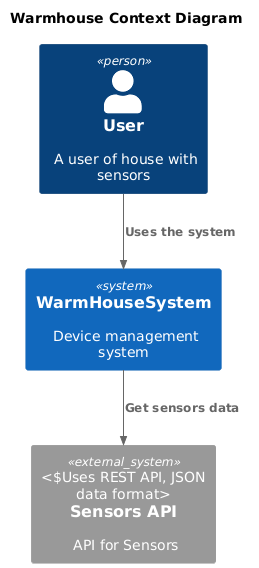
Before: apps/diagrams/context/Warmhouse_Context.png, a diagram exported from PlantUML (Rinya/architecture_wh). Source of this version:
```plantuml
@startuml
title Warmhouse Context Diagram

top to bottom direction

!includeurl https://raw.githubusercontent.com/adrianvlupu/C4-PlantUML/refs/heads/latest/C4_Context.puml

Person(user, "User", "A user of house with sensors")
System(warmHouseSystem, "WarmHouseSystem", "Device management system")

System_Ext(sensors, "Sensors API", "API for Sensors", "Uses REST API, JSON data format")
Rel(user, warmHouseSystem, "Uses the system")
Rel(warmHouseSystem, sensors, "Get sensors data")
@enduml
```
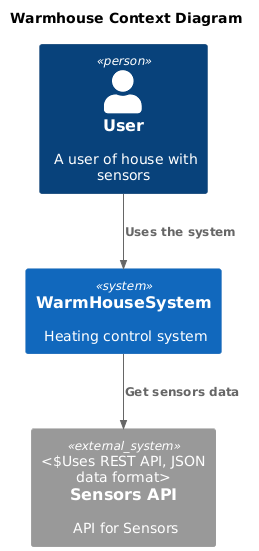
After the commit.

The edit, as a diff of the source:
```diff
@@ -6,7 +6,7 @@
 !includeurl https://raw.githubusercontent.com/adrianvlupu/C4-PlantUML/refs/heads/latest/C4_Context.puml
 
 Person(user, "User", "A user of house with sensors")
-System(warmHouseSystem, "WarmHouseSystem", "Device management system")
+System(warmHouseSystem, "WarmHouseSystem", "Heating control system")
 
 System_Ext(sensors, "Sensors API", "API for Sensors", "Uses REST API, JSON data format")
 Rel(user, warmHouseSystem, "Uses the system")
```
